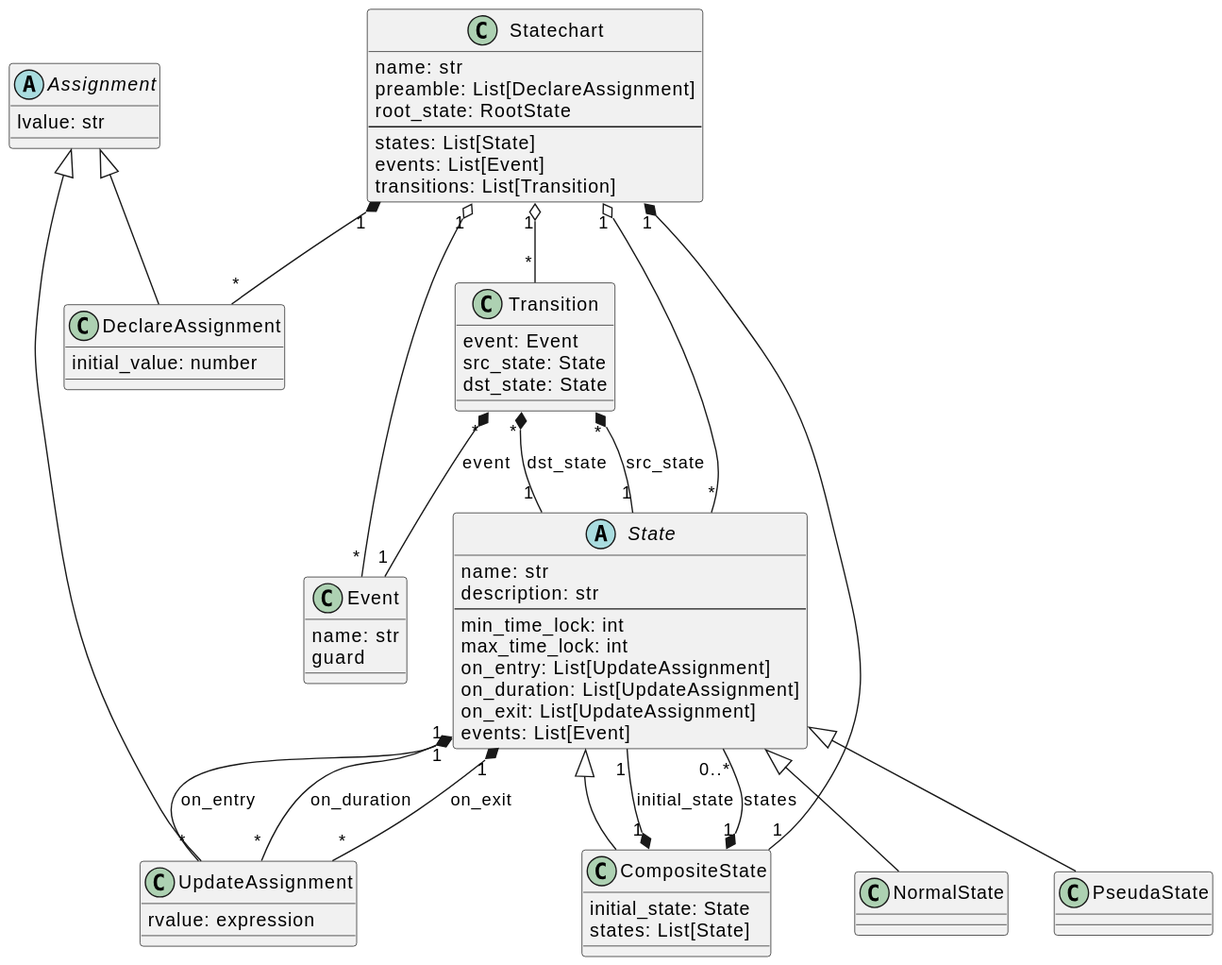
HansBug/pyfcstm keeps this PlantUML diagram as HEAD/_images/meta.puml.svg. Above is the earlier version.
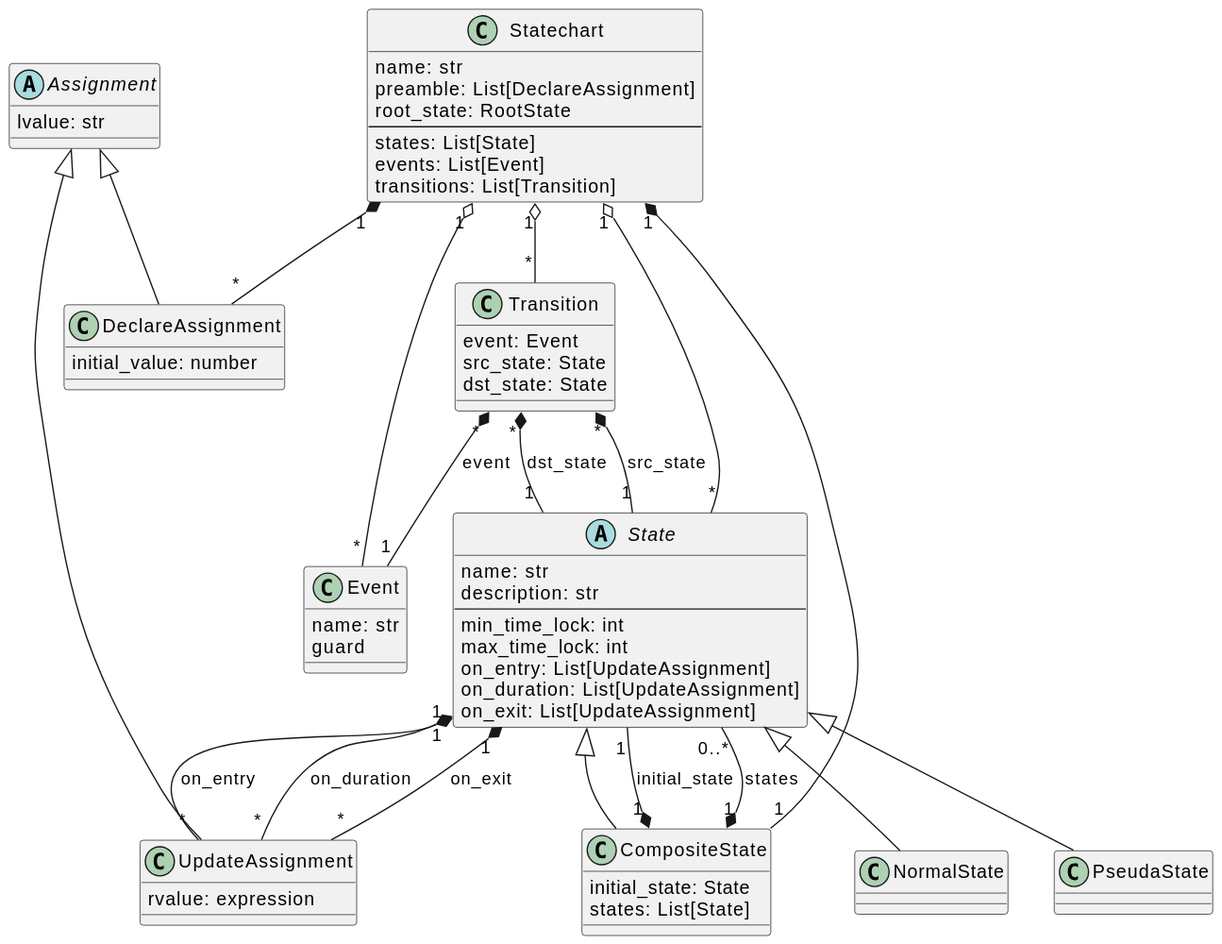
After the commit.

What changed in the source:
```diff
@@ -8,7 +8,6 @@
     on_entry: List[UpdateAssignment]
     on_duration: List[UpdateAssignment]
     on_exit: List[UpdateAssignment]
-    events: List[Event]
 }
 
 State "1" *-- "*" UpdateAssignment: on_entry
```
